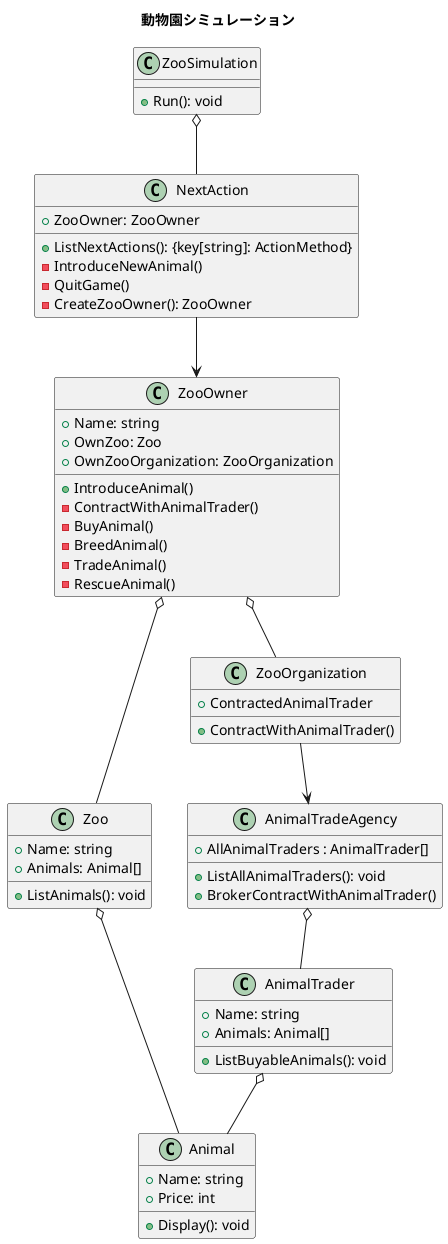
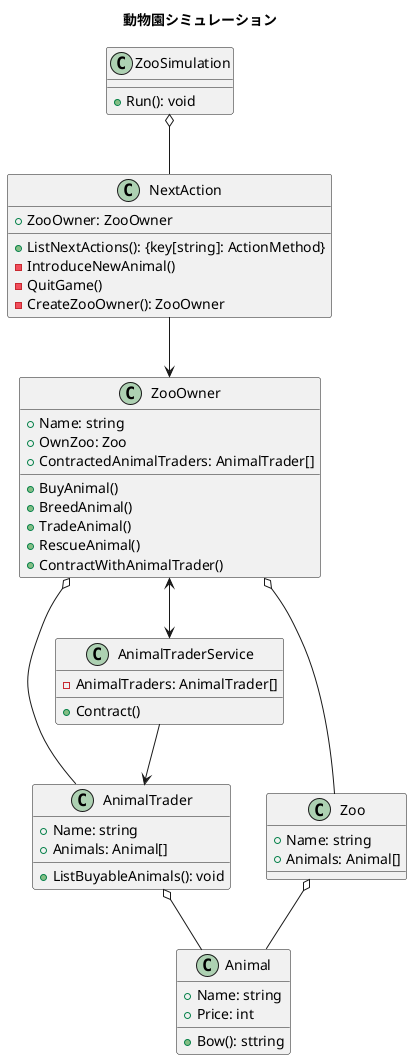
@startuml ZooSimulation
title 動物園シミュレーション

ZooSimulation o-- NextAction
NextAction --> ZooOwner
+ ZooOwner o-- AnimalTrader
ZooOwner o-- Zoo
- ZooOwner o-- ZooOrganization
- ZooOrganization --> AnimalTradeAgency
+ ZooOwner <--> AnimalTraderService
+ AnimalTraderService --> AnimalTrader
Zoo o-- Animal
- AnimalTradeAgency o-- AnimalTrader
AnimalTrader o-- Animal

class ZooSimulation {
  + Run(): void
}

class NextAction {
  + ZooOwner: ZooOwner
  + ListNextActions(): {key[string]: ActionMethod}
  - IntroduceNewAnimal()
  - QuitGame()
  - CreateZooOwner(): ZooOwner
}

+ class AnimalTraderService {
+   - AnimalTraders: AnimalTrader[]
+   + Contract()
+ }
+ 
class ZooOwner {
  + Name: string
  + OwnZoo: Zoo
-   + OwnZooOrganization: ZooOrganization
-   + IntroduceAnimal()
-   - ContractWithAnimalTrader()
-   - BuyAnimal()
-   - BreedAnimal()
-   - TradeAnimal()
-   - RescueAnimal()
- }
- 
- class ZooOrganization {
-   + ContractedAnimalTrader
+   + ContractedAnimalTraders: AnimalTrader[]
+   + BuyAnimal()
+   + BreedAnimal()
+   + TradeAnimal()
+   + RescueAnimal()
  + ContractWithAnimalTrader()
}

class Zoo {
  + Name: string
  + Animals: Animal[]
-   + ListAnimals(): void
}

class Animal {
  + Name: string
  + Price: int
-   + Display(): void
+   + Bow(): sttring
}

class AnimalTrader {
  + Name: string
  + Animals: Animal[]
  + ListBuyableAnimals(): void
}
- class AnimalTradeAgency {
-   + AllAnimalTraders : AnimalTrader[]
-   + ListAllAnimalTraders(): void
-   + BrokerContractWithAnimalTrader()
- }

@enduml
